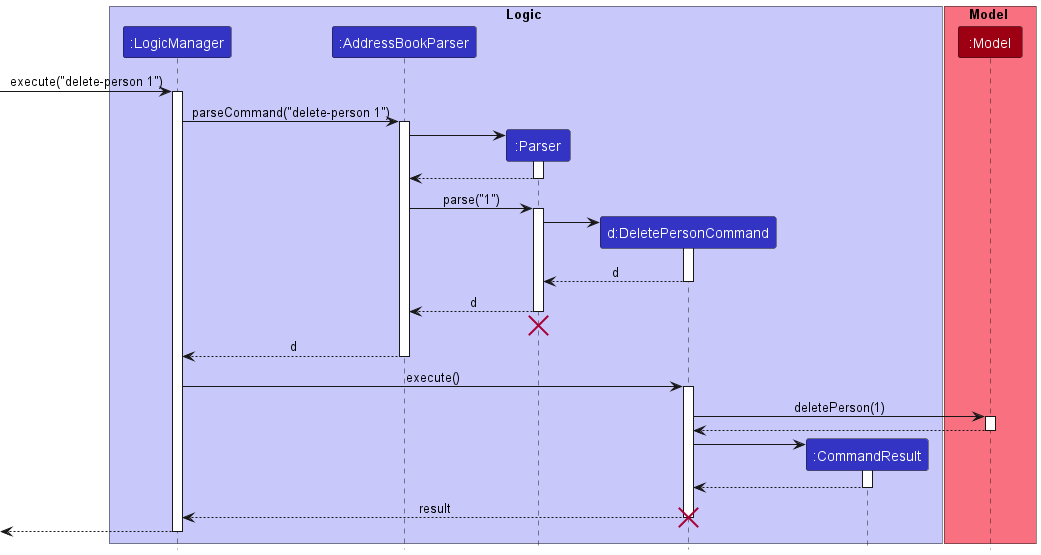
Above: docs/images/DeletePersonSimplifiedSequenceDiagram.png in nus-cs2103-AY2223S1/tp (PlantUML), before the change.
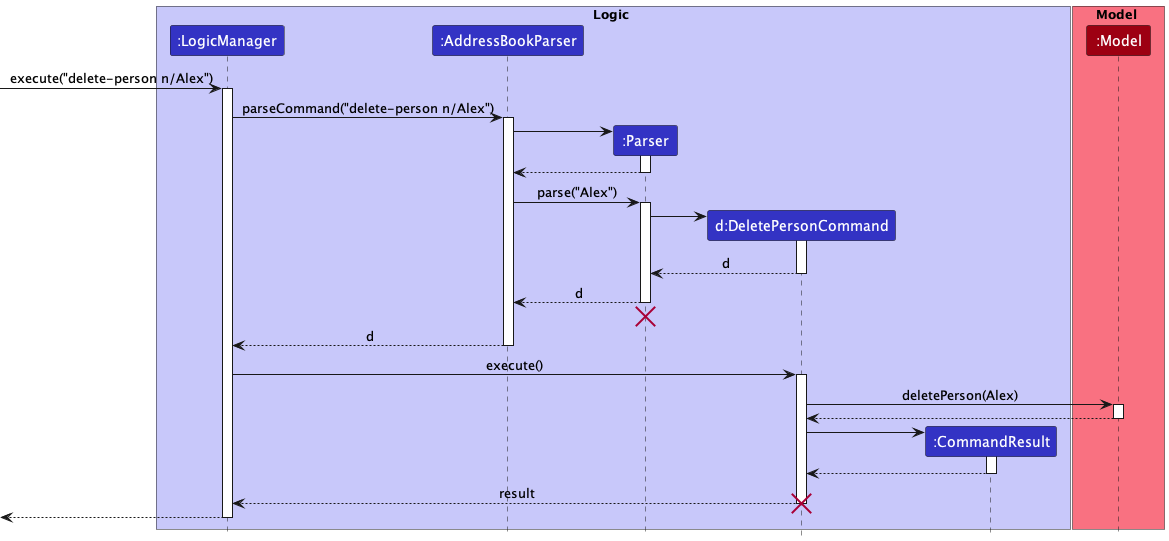
Above is the later version.

Commit message:
Fix sequence diagram

Change to the diagram source:
```diff
@@ -13,10 +13,10 @@
 participant ":Model" as Model MODEL_COLOR
 end box
 
-[-> LogicManager : execute("delete-person 1")
+[-> LogicManager : execute("delete-person n/Alex")
 activate LogicManager
 
-LogicManager -> AddressBookParser : parseCommand("delete-person 1")
+LogicManager -> AddressBookParser : parseCommand("delete-person n/Alex")
 activate AddressBookParser
 
 create Parser
@@ -26,7 +26,7 @@
 Parser --> AddressBookParser
 deactivate Parser
 
-AddressBookParser -> Parser : parse("1")
+AddressBookParser -> Parser : parse("Alex")
 activate Parser
 
 create DeletePersonCommand
@@ -47,7 +47,7 @@
 LogicManager -> DeletePersonCommand : execute()
 activate DeletePersonCommand
 
-DeletePersonCommand -> Model : deletePerson(1)
+DeletePersonCommand -> Model : deletePerson(Alex)
 activate Model
 
 Model --> DeletePersonCommand
```
